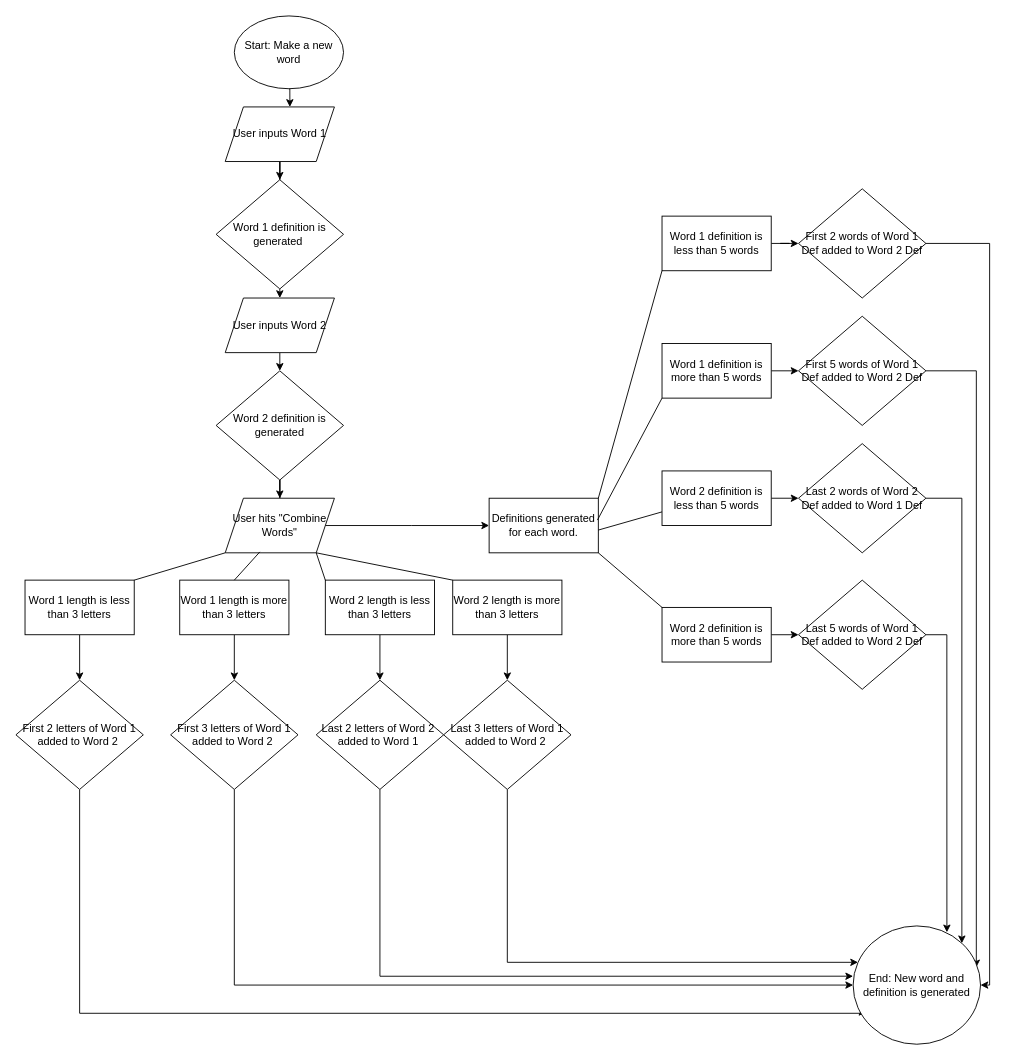
Before: Untitled Diagram.drawio in staten-island-tech/create-task-kaitlyndeng, a draw.io diagram. Source tidied: cells renumbered, new cells numbered last; positions are measured from the earlier drawing's top-left corner, leaving out a move shared by most shapes. Both pictures are drawn from the tidied source at 91%, with x=0, y=0 at pixel (15, 15).
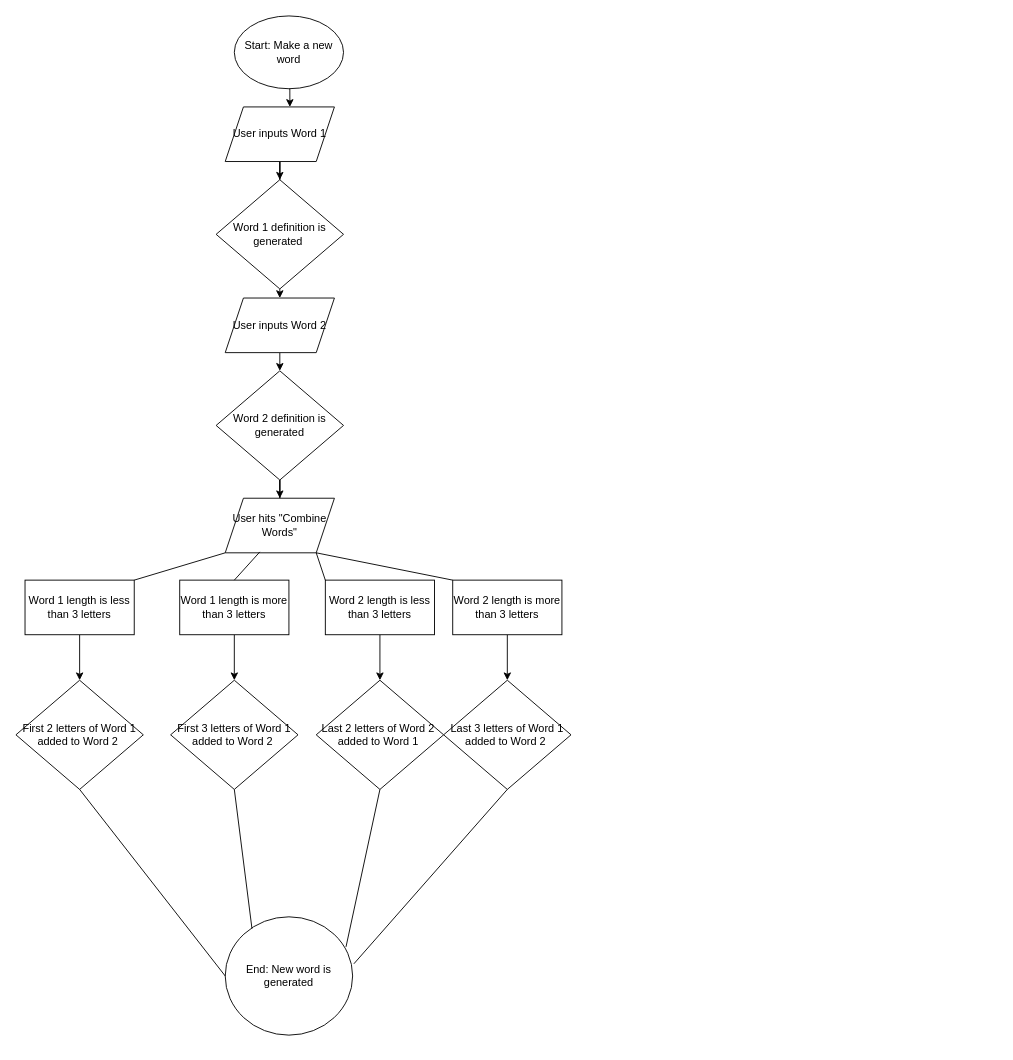
The same diagram, later.

The change refers to these unchanged cells:
```xml
<mxCell id="13" value="User hits &quot;Combine Words&quot;" style="shape=parallelogram;perimeter=parallelogramPerimeter;whiteSpace=wrap;html=1;fixedSize=1;" parent="1" vertex="1">
  <mxGeometry x="230" y="530" width="120" height="60" as="geometry" />
</mxCell>
<mxCell id="17" value="First 2 letters of Word 1 added to Word 2&amp;nbsp;" style="rhombus;whiteSpace=wrap;html=1;" parent="1" vertex="1">
  <mxGeometry y="730" width="140" height="120" as="geometry" />
</mxCell>
<mxCell id="25" value="First 3 letters of Word 1 added to Word 2&amp;nbsp;" style="rhombus;whiteSpace=wrap;html=1;" parent="1" vertex="1">
  <mxGeometry x="170" y="730" width="140" height="120" as="geometry" />
</mxCell>
<mxCell id="27" value="Last 2 letters of Word 2&amp;nbsp; added to Word 1&amp;nbsp;" style="rhombus;whiteSpace=wrap;html=1;" parent="1" vertex="1">
  <mxGeometry x="330" y="730" width="140" height="120" as="geometry" />
</mxCell>
<mxCell id="29" value="Last 3 letters of Word 1 added to Word 2&amp;nbsp;" style="rhombus;whiteSpace=wrap;html=1;" parent="1" vertex="1">
  <mxGeometry x="470" y="730" width="140" height="120" as="geometry" />
</mxCell>
```

Change to the diagram source:
```diff
@@
-    <mxCell id="12" style="edgeStyle=orthogonalEdgeStyle;rounded=0;jettySize=auto;html=1;exitX=1;exitY=0.5;exitDx=0;exitDy=0;" parent="1" edge="1" source="13">
-      <mxGeometry relative="1" as="geometry">
-        <mxPoint x="520" y="560" as="targetPoint" />
-      </mxGeometry>
-    </mxCell>
@@
-    <mxCell id="16" style="edgeStyle=orthogonalEdgeStyle;rounded=0;jettySize=auto;html=1;exitX=0.5;exitY=1;exitDx=0;exitDy=0;" parent="1" edge="1" source="17">
-      <mxGeometry relative="1" as="geometry">
-        <mxPoint x="930" y="1090" as="targetPoint" />
-        <Array as="points">
-          <mxPoint x="70" y="1096" />
-        </Array>
-      </mxGeometry>
-    </mxCell>
@@
-    <mxCell id="24" style="edgeStyle=orthogonalEdgeStyle;rounded=0;jettySize=auto;html=1;exitX=0.5;exitY=1;exitDx=0;exitDy=0;entryX=0;entryY=0.5;entryDx=0;entryDy=0;" parent="1" edge="1" source="25" target="55">
-      <mxGeometry relative="1" as="geometry" />
-    </mxCell>
@@
-    <mxCell id="26" style="edgeStyle=orthogonalEdgeStyle;rounded=0;jettySize=auto;html=1;exitX=0.5;exitY=1;exitDx=0;exitDy=0;entryX=0;entryY=0.425;entryDx=0;entryDy=0;entryPerimeter=0;" parent="1" edge="1" source="27" target="55">
-      <mxGeometry relative="1" as="geometry" />
-    </mxCell>
@@
-    <mxCell id="28" style="edgeStyle=orthogonalEdgeStyle;rounded=0;jettySize=auto;html=1;exitX=0.5;exitY=1;exitDx=0;exitDy=0;" parent="1" edge="1" source="29" target="55">
-      <mxGeometry relative="1" as="geometry">
-        <Array as="points">
-          <mxPoint x="540" y="1040" />
-        </Array>
-      </mxGeometry>
-    </mxCell>
@@
-    <mxCell id="34" style="edgeStyle=orthogonalEdgeStyle;rounded=0;jettySize=auto;html=1;exitX=1;exitY=0.5;exitDx=0;exitDy=0;" parent="1" edge="1" source="35" target="37">
-      <mxGeometry relative="1" as="geometry" />
-    </mxCell>
-    <mxCell id="35" value="Word 1 definition is less than 5 words" style="rounded=0;whiteSpace=wrap;html=1;" parent="1" vertex="1">
-      <mxGeometry x="710" y="220" width="120" height="60" as="geometry" />
-    </mxCell>
-    <mxCell id="36" style="edgeStyle=orthogonalEdgeStyle;rounded=0;jettySize=auto;html=1;exitX=1;exitY=0.5;exitDx=0;exitDy=0;entryX=1;entryY=0.5;entryDx=0;entryDy=0;" parent="1" edge="1" source="37" target="55">
-      <mxGeometry relative="1" as="geometry">
-        <Array as="points">
-          <mxPoint x="1070" y="250" />
-          <mxPoint x="1070" y="1065" />
-        </Array>
-      </mxGeometry>
-    </mxCell>
-    <mxCell id="37" value="First 2 words of Word 1 Def added to Word 2 Def" style="rhombus;whiteSpace=wrap;html=1;" parent="1" vertex="1">
-      <mxGeometry x="860" y="190" width="140" height="120" as="geometry" />
-    </mxCell>
-    <mxCell id="38" style="edgeStyle=orthogonalEdgeStyle;rounded=0;jettySize=auto;html=1;exitX=1;exitY=0.5;exitDx=0;exitDy=0;entryX=0;entryY=0.5;entryDx=0;entryDy=0;" parent="1" edge="1" source="39" target="45">
-      <mxGeometry relative="1" as="geometry" />
-    </mxCell>
-    <mxCell id="39" value="Word 1 definition is more than 5 words" style="rounded=0;whiteSpace=wrap;html=1;" parent="1" vertex="1">
-      <mxGeometry x="710" y="360" width="120" height="60" as="geometry" />
-    </mxCell>
-    <mxCell id="40" style="edgeStyle=orthogonalEdgeStyle;rounded=0;jettySize=auto;html=1;exitX=1;exitY=0.5;exitDx=0;exitDy=0;entryX=0;entryY=0.5;entryDx=0;entryDy=0;" parent="1" edge="1" source="41" target="47">
-      <mxGeometry relative="1" as="geometry" />
-    </mxCell>
-    <mxCell id="41" value="Word 2 definition is less than 5 words" style="rounded=0;whiteSpace=wrap;html=1;" parent="1" vertex="1">
-      <mxGeometry x="710" y="500" width="120" height="60" as="geometry" />
-    </mxCell>
-    <mxCell id="42" style="edgeStyle=orthogonalEdgeStyle;rounded=0;jettySize=auto;html=1;exitX=1;exitY=0.5;exitDx=0;exitDy=0;entryX=0;entryY=0.5;entryDx=0;entryDy=0;" parent="1" edge="1" source="43" target="49">
-      <mxGeometry relative="1" as="geometry" />
-    </mxCell>
-    <mxCell id="43" value="Word 2 definition is more than 5 words" style="rounded=0;whiteSpace=wrap;html=1;" parent="1" vertex="1">
-      <mxGeometry x="710" y="650" width="120" height="60" as="geometry" />
-    </mxCell>
-    <mxCell id="44" style="edgeStyle=orthogonalEdgeStyle;rounded=0;jettySize=auto;html=1;exitX=1;exitY=0.5;exitDx=0;exitDy=0;entryX=0.967;entryY=0.35;entryDx=0;entryDy=0;entryPerimeter=0;" parent="1" edge="1" source="45" target="55">
-      <mxGeometry relative="1" as="geometry" />
-    </mxCell>
-    <mxCell id="45" value="First 5 words of Word 1 Def added to Word 2 Def" style="rhombus;whiteSpace=wrap;html=1;" parent="1" vertex="1">
-      <mxGeometry x="860" y="330" width="140" height="120" as="geometry" />
-    </mxCell>
-    <mxCell id="46" style="edgeStyle=orthogonalEdgeStyle;rounded=0;jettySize=auto;html=1;exitX=1;exitY=0.5;exitDx=0;exitDy=0;entryX=1;entryY=0;entryDx=0;entryDy=0;" parent="1" edge="1" source="47" target="55">
-      <mxGeometry relative="1" as="geometry" />
-    </mxCell>
-    <mxCell id="47" value="Last 2 words of Word 2 Def added to Word 1 Def" style="rhombus;whiteSpace=wrap;html=1;" parent="1" vertex="1">
-      <mxGeometry x="860" y="470" width="140" height="120" as="geometry" />
-    </mxCell>
-    <mxCell id="48" style="edgeStyle=orthogonalEdgeStyle;rounded=0;jettySize=auto;html=1;exitX=1;exitY=0.5;exitDx=0;exitDy=0;entryX=0.736;entryY=0.054;entryDx=0;entryDy=0;entryPerimeter=0;" parent="1" edge="1" source="49" target="55">
-      <mxGeometry relative="1" as="geometry" />
-    </mxCell>
-    <mxCell id="49" value="Last 5 words of Word 1 Def added to Word 2 Def" style="rhombus;whiteSpace=wrap;html=1;" parent="1" vertex="1">
-      <mxGeometry x="860" y="620" width="140" height="120" as="geometry" />
-    </mxCell>
-    <mxCell id="50" value="Definitions generated for each word." style="rounded=0;whiteSpace=wrap;html=1;" parent="1" vertex="1">
-      <mxGeometry x="520" y="530" width="120" height="60" as="geometry" />
-    </mxCell>
-    <mxCell id="51" style="endArrow=none;html=1;rounded=0;exitX=1;exitY=0.75;exitDx=0;exitDy=0;entryX=0;entryY=0.75;entryDx=0;entryDy=0;" parent="1" edge="1" target="41">
-      <mxGeometry relative="1" as="geometry">
-        <mxPoint x="640" y="565" as="sourcePoint" />
-      </mxGeometry>
-    </mxCell>
-    <mxCell id="52" style="endArrow=none;html=1;rounded=0;entryX=0;entryY=0;entryDx=0;entryDy=0;" parent="1" edge="1" target="43">
-      <mxGeometry relative="1" as="geometry">
-        <mxPoint x="640" y="590" as="sourcePoint" />
-      </mxGeometry>
-    </mxCell>
-    <mxCell id="53" style="endArrow=none;html=1;rounded=0;exitX=0.992;exitY=0.4;exitDx=0;exitDy=0;exitPerimeter=0;entryX=0;entryY=1;entryDx=0;entryDy=0;" parent="1" edge="1" source="50" target="39">
-      <mxGeometry relative="1" as="geometry" />
-    </mxCell>
-    <mxCell id="54" style="endArrow=none;html=1;rounded=0;exitX=1;exitY=0;exitDx=0;exitDy=0;entryX=0;entryY=1;entryDx=0;entryDy=0;" parent="1" edge="1" source="50" target="35">
-      <mxGeometry relative="1" as="geometry" />
-    </mxCell>
-    <mxCell id="55" value="End: New word and definition is generated" style="ellipse;whiteSpace=wrap;html=1;" parent="1" vertex="1">
-      <mxGeometry x="920" y="1000" width="140" height="130" as="geometry" />
+    <mxCell id="55" value="End: New word is generated" style="ellipse;whiteSpace=wrap;html=1;" parent="1" vertex="1">
+      <mxGeometry x="230" y="990" width="140" height="130" as="geometry" />
     </mxCell>
+    <mxCell id="56" style="endArrow=none;html=1;rounded=0;entryX=0.5;entryY=1;entryDx=0;entryDy=0;exitX=0.948;exitY=0.254;exitDx=0;exitDy=0;exitPerimeter=0;" parent="1" edge="1" source="55" target="27">
+      <mxGeometry relative="1" as="geometry" />
+    </mxCell>
+    <mxCell id="57" style="endArrow=none;html=1;rounded=0;entryX=0.5;entryY=1;entryDx=0;entryDy=0;exitX=0.21;exitY=0.1;exitDx=0;exitDy=0;exitPerimeter=0;" parent="1" edge="1" source="55" target="25">
+      <mxGeometry relative="1" as="geometry" />
+    </mxCell>
+    <mxCell id="58" style="endArrow=none;html=1;rounded=0;entryX=0.5;entryY=1;entryDx=0;entryDy=0;exitX=0;exitY=0.5;exitDx=0;exitDy=0;" parent="1" edge="1" source="55" target="17">
+      <mxGeometry relative="1" as="geometry" />
+    </mxCell>
+    <mxCell id="59" style="endArrow=none;html=1;rounded=0;entryX=0.5;entryY=1;entryDx=0;entryDy=0;exitX=1.01;exitY=0.397;exitDx=0;exitDy=0;exitPerimeter=0;" parent="1" edge="1" source="55" target="29">
+      <mxGeometry relative="1" as="geometry" />
+    </mxCell>
```
